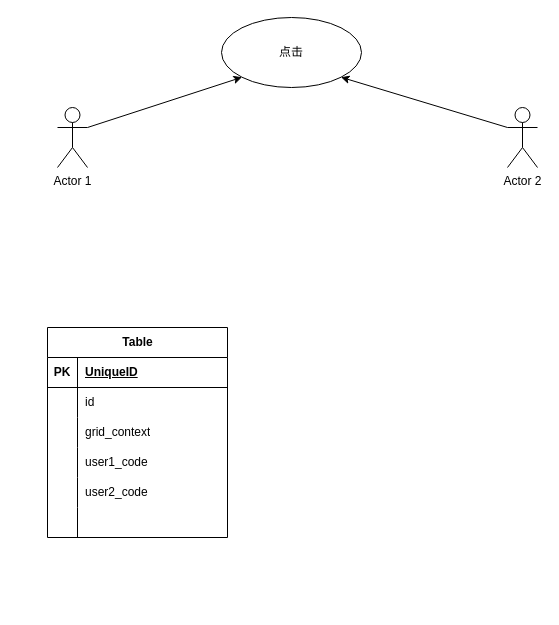
This is draw/flip_over.drawio from liuzwei/note, a draw.io file, before an edit. Source tidied: cells renumbered, new cells numbered last; positions are measured from the earlier drawing's top-left corner, leaving out a move shared by most shapes. Both pictures are drawn from the tidied source at 100%, with x=0, y=0 at pixel (47, 17).
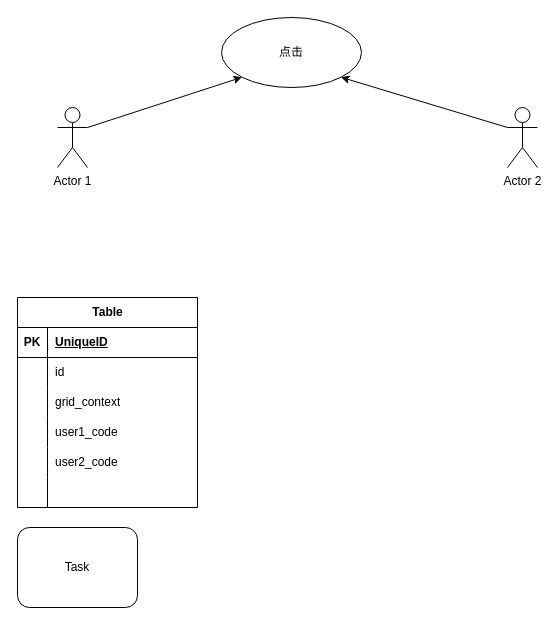
After the change.

Change to the diagram source:
```diff
@@
     <mxCell id="7" value="Table" style="shape=table;startSize=30;childLayout=tableLayout;rowLines=0;fontStyle=1;align=center;html=1;" parent="1" vertex="1">
-      <mxGeometry y="310" width="180" height="210" as="geometry" />
+      <mxGeometry x="-30" y="280" width="180" height="210" as="geometry" />
     </mxCell>
@@
+    <mxCell id="26" value="Task" style="shape=ext;rounded=1;html=1;whiteSpace=wrap;" parent="1" vertex="1">
+      <mxGeometry x="-30" y="510" width="120" height="80" as="geometry" />
+    </mxCell>
```
